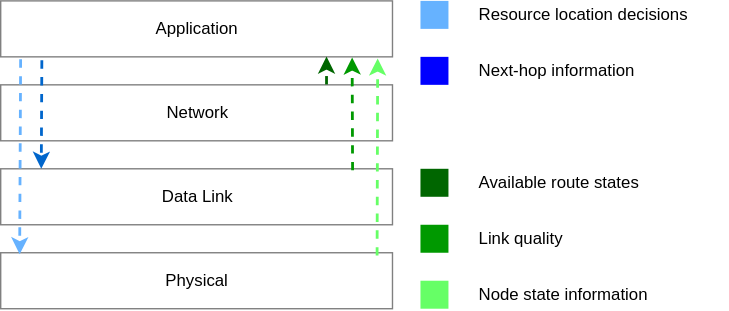
StarStuffSteve/masters-research-project keeps this draw.io diagram as Thesis/Thesis Figures/Cross Layer Optimization.svg. Above is the earlier version. Source tidied: cells renumbered, new cells last; positions are measured from the earlier drawing's top-left corner, leaving out a move shared by most shapes. The source it was exported from:
```xml
<mxGraphModel background="#ffffff">
  <root>
    <mxCell id="0" />
    <mxCell id="1" parent="0" />
    <mxCell id="2" value="Physical" style="whiteSpace=wrap;html=1;strokeColor=#808080;fontColor=#000000;" parent="1" vertex="1">
      <mxGeometry y="180" width="280" height="40" as="geometry" />
    </mxCell>
    <mxCell id="3" value="Data Link" style="whiteSpace=wrap;html=1;strokeColor=#808080;fontColor=#000000;" parent="1" vertex="1">
      <mxGeometry y="120" width="280" height="40" as="geometry" />
    </mxCell>
    <mxCell id="4" value="Network" style="whiteSpace=wrap;html=1;strokeColor=#808080;fontColor=#000000;" parent="1" vertex="1">
      <mxGeometry y="60" width="280" height="40" as="geometry" />
    </mxCell>
    <mxCell id="5" value="&lt;font color=&quot;#000000&quot;&gt;Application&lt;/font&gt;" style="whiteSpace=wrap;html=1;strokeColor=#808080;fontColor=#009900;" parent="1" vertex="1">
      <mxGeometry width="280" height="40" as="geometry" />
    </mxCell>
    <mxCell id="6" style="endArrow=classic;html=1;dashed=1;strokeColor=#66B2FF;strokeWidth=2;fontColor=#009900;exitX=0.051;exitY=1.045;exitPerimeter=0;entryX=0.048;entryY=0.033;entryPerimeter=0;" parent="1" edge="1" source="5" target="2">
      <mxGeometry relative="1" as="geometry" />
    </mxCell>
    <mxCell id="7" style="endArrow=classic;html=1;dashed=1;strokeColor=#0066CC;strokeWidth=2;fontColor=#009900;exitX=0.105;exitY=1.062;exitPerimeter=0;" parent="1" edge="1" source="5">
      <mxGeometry relative="1" as="geometry">
        <mxPoint x="29" y="120" as="targetPoint" />
      </mxGeometry>
    </mxCell>
    <mxCell id="8" style="endArrow=classic;html=1;dashed=1;strokeColor=#66FF66;strokeWidth=2;fontColor=#009900;entryX=0.963;entryY=1.021;entryPerimeter=0;" parent="1" edge="1" target="5">
      <mxGeometry relative="1" as="geometry">
        <mxPoint x="269" y="182" as="sourcePoint" />
      </mxGeometry>
    </mxCell>
    <mxCell id="9" style="endArrow=classic;html=1;dashed=1;strokeColor=#009900;strokeWidth=2;fontColor=#009900;entryX=0.9;entryY=1.01;entryPerimeter=0;exitX=0.898;exitY=0.028;exitPerimeter=0;" parent="1" edge="1" source="3">
      <mxGeometry relative="1" as="geometry">
        <mxPoint x="251.2" y="40.4" as="targetPoint" />
      </mxGeometry>
    </mxCell>
    <mxCell id="10" style="endArrow=classic;html=1;dashed=1;strokeColor=#006600;strokeWidth=2;fontColor=#009900;entryX=0.831;entryY=1;entryPerimeter=0;exitX=0.832;exitY=-0.007;exitPerimeter=0;" parent="1" edge="1" source="4" target="5">
      <mxGeometry relative="1" as="geometry" />
    </mxCell>
    <mxCell id="11" style="whiteSpace=wrap;html=1;strokeColor=none;fontColor=#000000;fillColor=#66B2FF;" parent="1" vertex="1">
      <mxGeometry x="300" width="20" height="20" as="geometry" />
    </mxCell>
    <mxCell id="12" style="whiteSpace=wrap;html=1;strokeColor=none;fontColor=#000000;fillColor=#0000FF;" parent="1" vertex="1">
      <mxGeometry x="300" y="40" width="20" height="20" as="geometry" />
    </mxCell>
    <mxCell id="13" style="whiteSpace=wrap;html=1;strokeColor=none;fontColor=#000000;fillColor=#009900;" parent="1" vertex="1">
      <mxGeometry x="300" y="160" width="20" height="20" as="geometry" />
    </mxCell>
    <mxCell id="14" style="whiteSpace=wrap;html=1;strokeColor=none;fontColor=#000000;fillColor=#006600;" parent="1" vertex="1">
      <mxGeometry x="300" y="120" width="20" height="20" as="geometry" />
    </mxCell>
    <mxCell id="15" style="whiteSpace=wrap;html=1;strokeColor=none;fontColor=#000000;fillColor=#66FF66;" parent="1" vertex="1">
      <mxGeometry x="300" y="200" width="20" height="20" as="geometry" />
    </mxCell>
    <mxCell id="16" value="Resource location decisions" style="text;html=1;align=left;verticalAlign=top;spacingTop=-4;fontColor=#000000;" parent="1" vertex="1">
      <mxGeometry x="340" width="180" height="20" as="geometry" />
    </mxCell>
    <mxCell id="17" value="Next-hop information" style="text;html=1;align=left;verticalAlign=top;spacingTop=-4;fontColor=#000000;" parent="1" vertex="1">
      <mxGeometry x="340" y="40" width="140" height="20" as="geometry" />
    </mxCell>
    <mxCell id="18" value="Available route states" style="text;html=1;align=left;verticalAlign=top;spacingTop=-4;fontColor=#000000;" parent="1" vertex="1">
      <mxGeometry x="340" y="120" width="140" height="20" as="geometry" />
    </mxCell>
    <mxCell id="19" value="Link quality" style="text;html=1;align=left;verticalAlign=top;spacingTop=-4;fontColor=#000000;" parent="1" vertex="1">
      <mxGeometry x="340" y="160" width="80" height="20" as="geometry" />
    </mxCell>
    <mxCell id="20" value="Node state information" style="text;html=1;align=left;verticalAlign=top;spacingTop=-4;fontColor=#000000;" parent="1" vertex="1">
      <mxGeometry x="340" y="200" width="150" height="20" as="geometry" />
    </mxCell>
  </root>
</mxGraphModel>
```
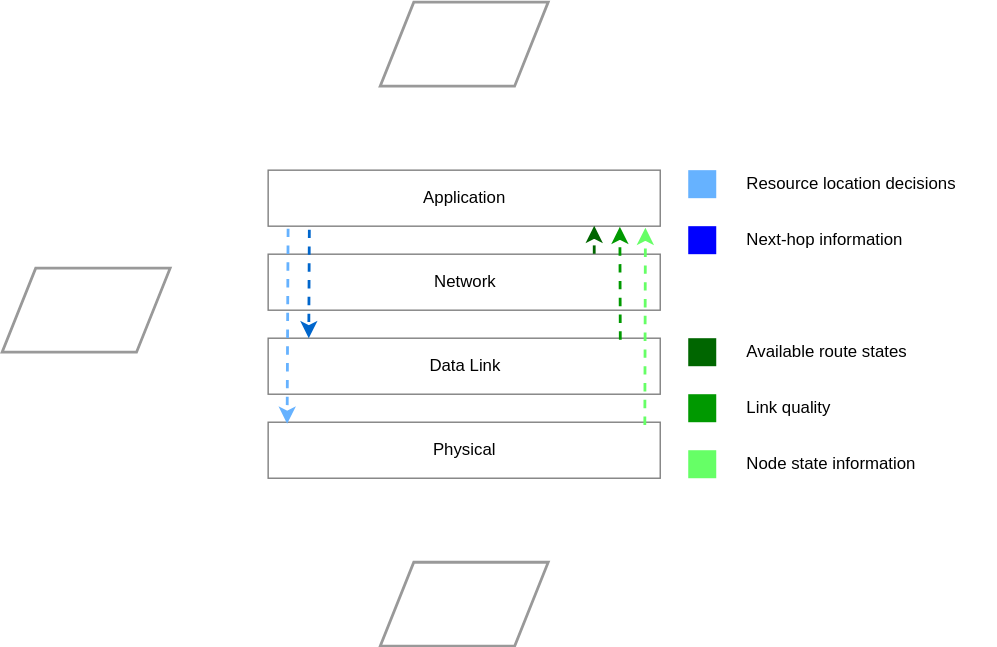
Above is the later version.

The edit, as a diff of the source:
```diff
@@ -1,4 +1,4 @@
-<mxGraphModel background="#ffffff">
+<mxGraphModel>
   <root>
     <mxCell id="0" />
     <mxCell id="1" parent="0" />
@@ -65,5 +65,14 @@
     <mxCell id="20" value="Node state information" style="text;html=1;align=left;verticalAlign=top;spacingTop=-4;fontColor=#000000;" parent="1" vertex="1">
       <mxGeometry x="340" y="200" width="150" height="20" as="geometry" />
     </mxCell>
+    <mxCell id="21" style="shape=parallelogram;whiteSpace=wrap;html=1;strokeColor=#999999;strokeWidth=2;fillColor=none;gradientColor=none;fontSize=10;fontColor=#4D4D4D;align=center;" parent="1" vertex="1">
+      <mxGeometry x="-190" y="70" width="120" height="60" as="geometry" />
+    </mxCell>
+    <mxCell id="22" style="shape=parallelogram;whiteSpace=wrap;html=1;strokeColor=#999999;strokeWidth=2;fillColor=none;gradientColor=none;fontSize=10;fontColor=#4D4D4D;align=center;" parent="1" vertex="1">
+      <mxGeometry x="80" y="-120" width="120" height="60" as="geometry" />
+    </mxCell>
+    <mxCell id="23" style="shape=parallelogram;whiteSpace=wrap;html=1;strokeColor=#999999;strokeWidth=2;fillColor=none;gradientColor=none;fontSize=10;fontColor=#4D4D4D;align=center;" parent="1" vertex="1">
+      <mxGeometry x="80" y="280" width="120" height="60" as="geometry" />
+    </mxCell>
   </root>
 </mxGraphModel>
```
